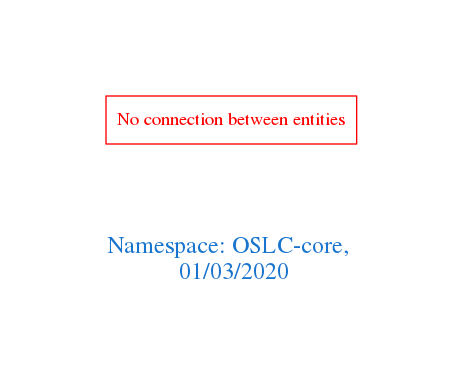
Earlier version of the Graphviz export downloads/OSLC-core.png (arago/OGIT). Its source is kept beside it as downloads/OSLC-core.dot. Source of this version:
```dot
digraph OGIT_ontology {
 graph [ rankdir= LR,pad=1
fontsize = 18,
fontcolor= dodgerblue3,label = "\n\n\nNamespace: OSLC-core, \n 01/03/2020"];
node[shape=polygon];
edge [  color="gray81"];

"No connection between entities" [fontcolor = "red",color="red", shape="polygon"]
}
```
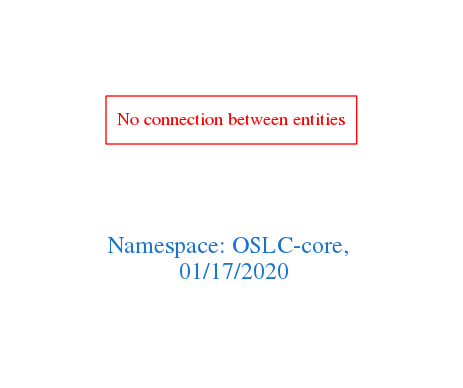
The same diagram one commit later.

Change to the diagram source:
```diff
@@ -1,7 +1,7 @@
 digraph OGIT_ontology {
  graph [ rankdir= LR,pad=1
 fontsize = 18,
-fontcolor= dodgerblue3,label = "\n\n\nNamespace: OSLC-core, \n 01/03/2020"];
+fontcolor= dodgerblue3,label = "\n\n\nNamespace: OSLC-core, \n 01/17/2020"];
 node[shape=polygon];
 edge [  color="gray81"];
 
```
